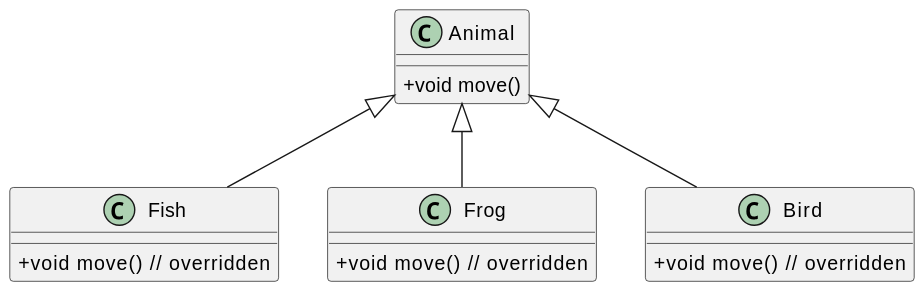
Earlier version of the PlantUML export assets/java-programming/images/10-class-diagram-2.svg (rewls/rewls.github.io). Its diagram source:
```plantuml
@startuml 10-class-diagram-2
skinparam classAttributeIconSize 0
class Animal {
	+ void move()
}
class Fish {
	+ void move()  // overridden
}
class Frog {
	+ void move()  // overridden
}
class Bird {
	+ void move()  // overridden
}

Fish -u-|> Animal
Frog -u-|> Animal
Bird -u-|> Animal
@enduml
```
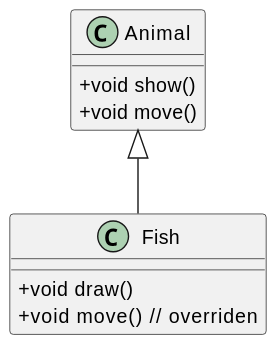
Later version of the same file.

Diff of the diagram source:
```diff
@@ -1,19 +1,13 @@
 @startuml 10-class-diagram-2
 skinparam classAttributeIconSize 0
 class Animal {
+	+ void show()
 	+ void move()
 }
 class Fish {
-	+ void move()  // overridden
-}
-class Frog {
-	+ void move()  // overridden
-}
-class Bird {
-	+ void move()  // overridden
+	+ void draw()
+	+ void move()  // overriden
 }
 
 Fish -u-|> Animal
-Frog -u-|> Animal
-Bird -u-|> Animal
 @enduml
```
